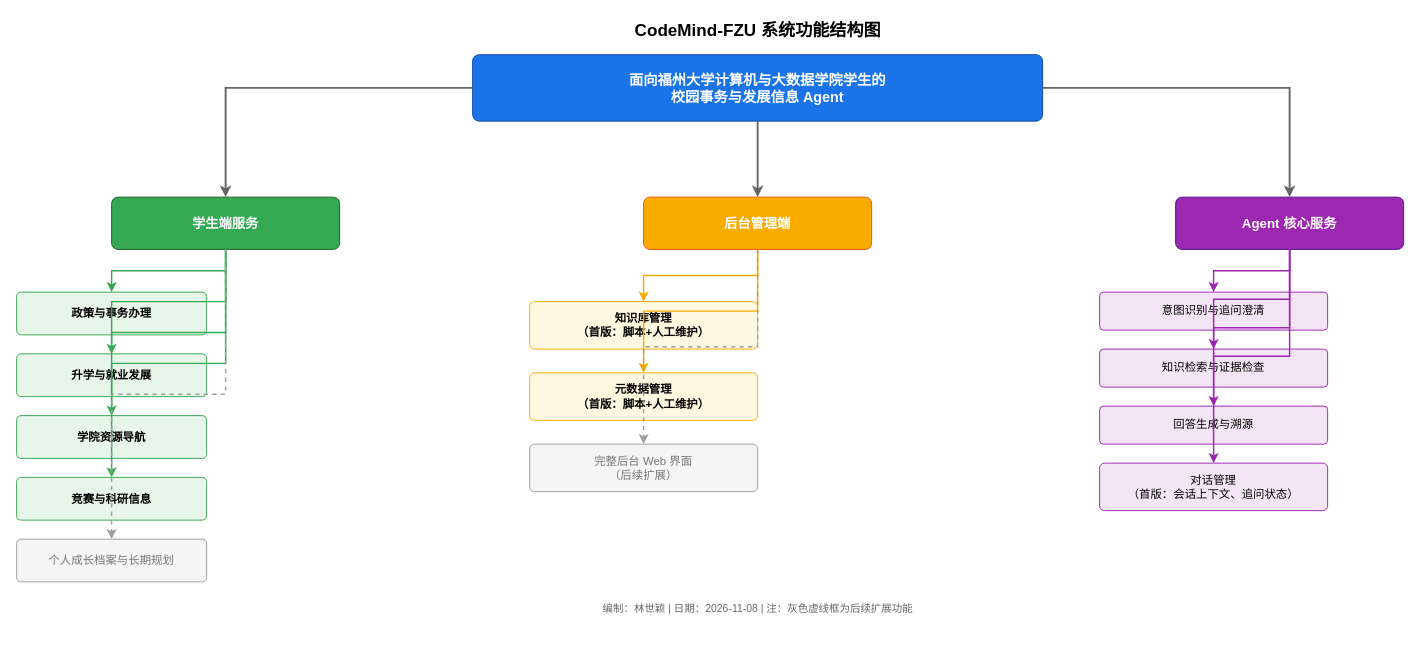
yz-Yezi-Genm/CodeMind-FZU keeps this draw.io diagram as docs/assignment-02/system-design/diagrams/function/系统功能结构图_林世颖.drawio. Above is the earlier version. Source tidied: cells renumbered, new cells numbered last; positions are measured from the earlier drawing's top-left corner, leaving out a move shared by most shapes. Both pictures are drawn from the tidied source at 95%, with x=0, y=0 at pixel (16, 16).
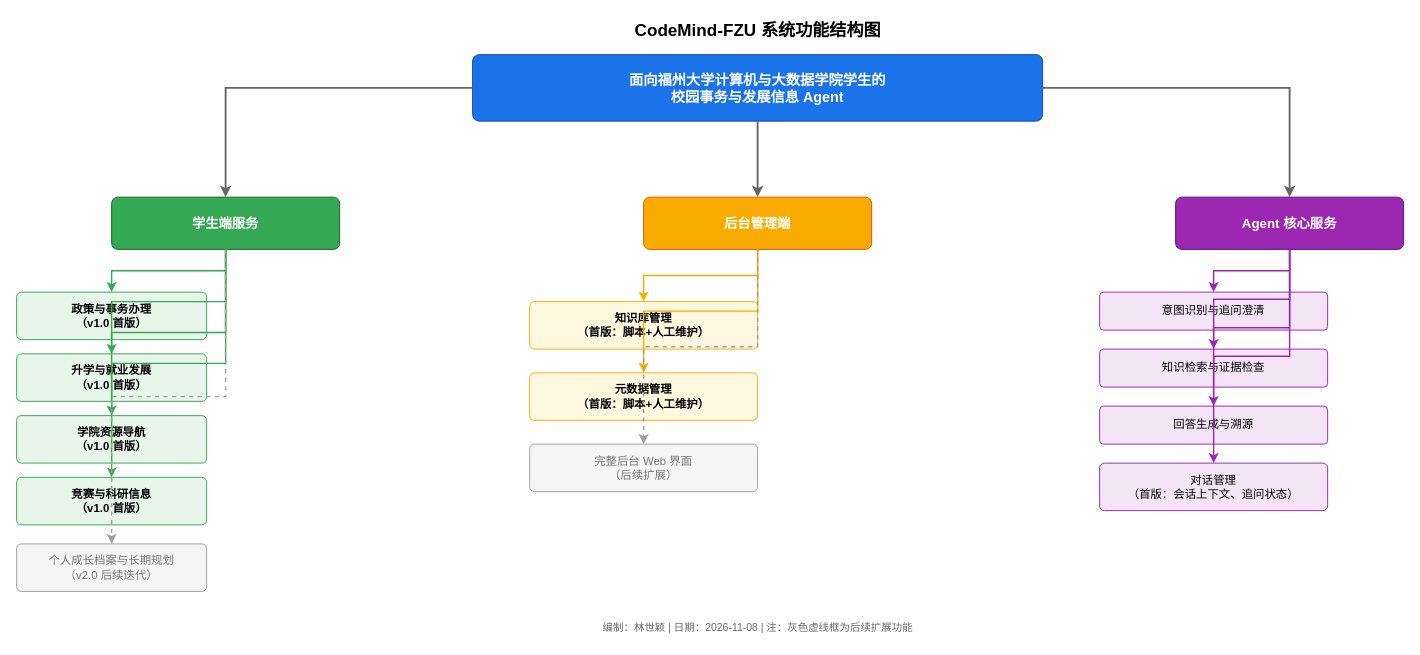
The same page after the edit.

Commit message:
docs: 更新功能结构图及模块职责说明

Change to the diagram source:
```diff
@@
-    <mxCell id="10" value="政策与事务办理" style="rounded=1;whiteSpace=wrap;html=1;fillColor=#e8f5e9;strokeColor=#34a853;fontSize=12;arcSize=10;fontStyle=1;" parent="1" vertex="1">
-      <mxGeometry y="290" width="200" height="45" as="geometry" />
+    <mxCell id="10" value="政策与事务办理&#10;（v1.0 首版）" style="rounded=1;whiteSpace=wrap;html=1;fillColor=#e8f5e9;strokeColor=#34a853;fontSize=12;arcSize=10;fontStyle=1;" parent="1" vertex="1">
+      <mxGeometry y="290" width="200" height="50" as="geometry" />
     </mxCell>
-    <mxCell id="11" value="升学与就业发展" style="rounded=1;whiteSpace=wrap;html=1;fillColor=#e8f5e9;strokeColor=#34a853;fontSize=12;arcSize=10;fontStyle=1;" parent="1" vertex="1">
-      <mxGeometry y="355" width="200" height="45" as="geometry" />
+    <mxCell id="11" value="升学与就业发展&#10;（v1.0 首版）" style="rounded=1;whiteSpace=wrap;html=1;fillColor=#e8f5e9;strokeColor=#34a853;fontSize=12;arcSize=10;fontStyle=1;" parent="1" vertex="1">
+      <mxGeometry y="355" width="200" height="50" as="geometry" />
     </mxCell>
-    <mxCell id="12" value="学院资源导航" style="rounded=1;whiteSpace=wrap;html=1;fillColor=#e8f5e9;strokeColor=#34a853;fontSize=12;arcSize=10;fontStyle=1;" parent="1" vertex="1">
-      <mxGeometry y="420" width="200" height="45" as="geometry" />
+    <mxCell id="12" value="学院资源导航&#10;（v1.0 首版）" style="rounded=1;whiteSpace=wrap;html=1;fillColor=#e8f5e9;strokeColor=#34a853;fontSize=12;arcSize=10;fontStyle=1;" parent="1" vertex="1">
+      <mxGeometry y="420" width="200" height="50" as="geometry" />
     </mxCell>
-    <mxCell id="13" value="竞赛与科研信息" style="rounded=1;whiteSpace=wrap;html=1;fillColor=#e8f5e9;strokeColor=#34a853;fontSize=12;arcSize=10;fontStyle=1;" parent="1" vertex="1">
-      <mxGeometry y="485" width="200" height="45" as="geometry" />
+    <mxCell id="13" value="竞赛与科研信息&#10;（v1.0 首版）" style="rounded=1;whiteSpace=wrap;html=1;fillColor=#e8f5e9;strokeColor=#34a853;fontSize=12;arcSize=10;fontStyle=1;" parent="1" vertex="1">
+      <mxGeometry y="485" width="200" height="50" as="geometry" />
     </mxCell>
-    <mxCell id="14" value="个人成长档案与长期规划" style="rounded=1;whiteSpace=wrap;html=1;fillColor=#f5f5f5;strokeColor=#9e9e9e;fontSize=12;arcSize=10;fontColor=#757575;" parent="1" vertex="1">
-      <mxGeometry y="550" width="200" height="45" as="geometry" />
+    <mxCell id="14" value="个人成长档案与长期规划&#10;（v2.0 后续迭代）" style="rounded=1;whiteSpace=wrap;html=1;fillColor=#f5f5f5;strokeColor=#9e9e9e;fontSize=12;arcSize=10;fontColor=#757575;" parent="1" vertex="1">
+      <mxGeometry y="555" width="200" height="50" as="geometry" />
     </mxCell>
@@
     <mxCell id="34" value="编制：林世颖 | 日期：2026-11-08 | 注：灰色虚线框为后续扩展功能" style="text;html=1;align=center;verticalAlign=middle;fontSize=11;fontColor=#666666;fillColor=none;strokeColor=none;" parent="1" vertex="1">
-      <mxGeometry x="380" y="610" width="800" height="25" as="geometry" />
+      <mxGeometry x="380" y="630" width="800" height="25" as="geometry" />
     </mxCell>
```
